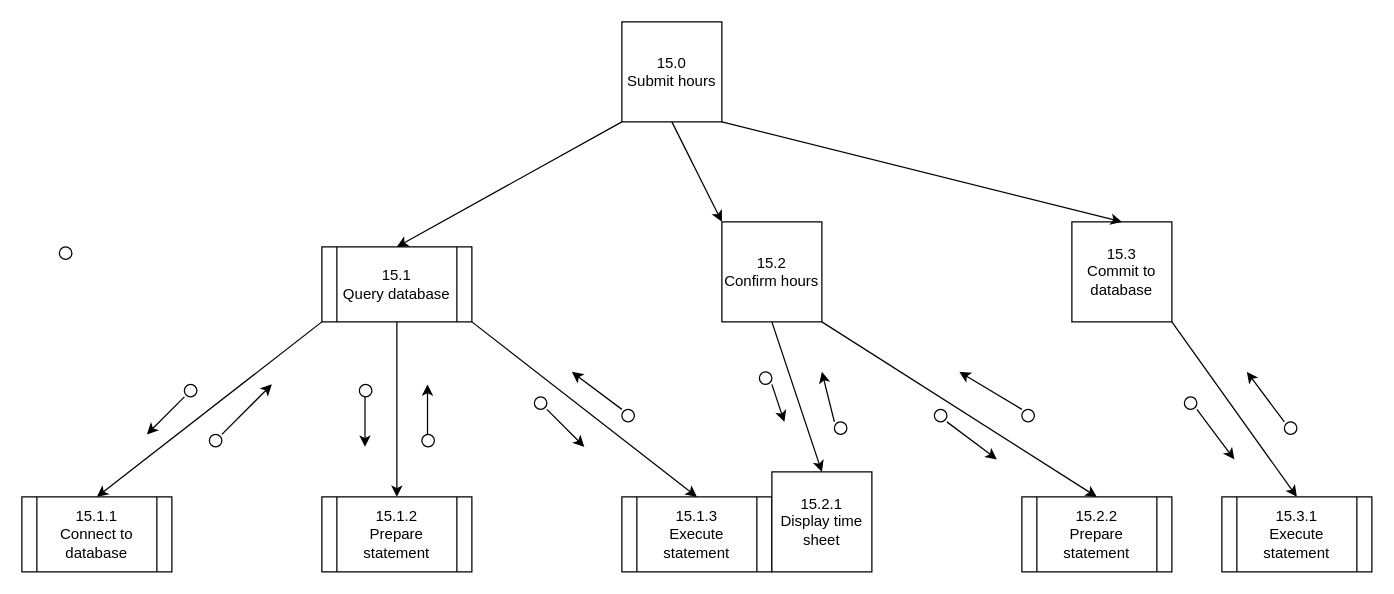
The draw.io diagram Diagrams/StructureCharts/Proc15Struct.drawio in Harlento/SchedulingSystem, before the edit. Source tidied: cells renumbered, new cells numbered last; positions are measured from the earlier drawing's top-left corner, leaving out a move shared by most shapes. Both pictures are drawn from the tidied source at 125%, with x=0, y=0 at pixel (21, 21).
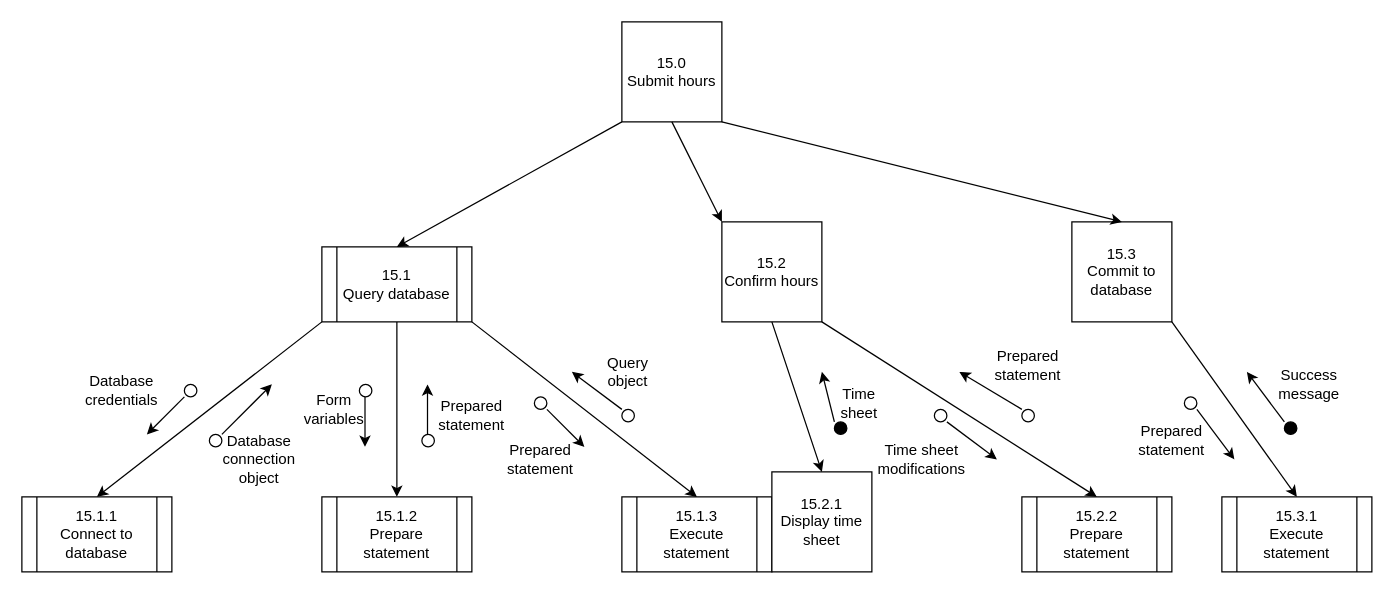
Above is the later version.

Diff of the diagram source:
```diff
@@
-    <mxCell id="13" style="ellipse;whiteSpace=wrap;html=1;" parent="1" vertex="1">
-      <mxGeometry x="30" y="180" width="10" height="10" as="geometry" />
-    </mxCell>
-    <mxCell id="14" style="ellipse;whiteSpace=wrap;html=1;" parent="1" vertex="1">
+    <mxCell id="14" style="ellipse;whiteSpace=wrap;html=1;fillColor=#000000;" parent="1" vertex="1">
       <mxGeometry x="1010" y="320" width="10" height="10" as="geometry" />
     </mxCell>
@@
-    <mxCell id="35" style="endArrow=classic;html=1;" parent="1" edge="1">
-      <mxGeometry relative="1" as="geometry">
-        <mxPoint x="600" y="290" as="sourcePoint" />
-        <mxPoint x="610" y="320" as="targetPoint" />
-      </mxGeometry>
-    </mxCell>
@@
-    <mxCell id="39" style="ellipse;whiteSpace=wrap;html=1;" parent="1" vertex="1">
+    <mxCell id="39" style="ellipse;whiteSpace=wrap;html=1;fillColor=#000000;" parent="1" vertex="1">
       <mxGeometry x="650" y="320" width="10" height="10" as="geometry" />
     </mxCell>
-    <mxCell id="40" style="ellipse;whiteSpace=wrap;html=1;" parent="1" vertex="1">
-      <mxGeometry x="590" y="280" width="10" height="10" as="geometry" />
-    </mxCell>
@@
+    <mxCell id="46" value="Database credentials" style="text;html=1;strokeColor=none;fillColor=none;align=center;verticalAlign=middle;whiteSpace=wrap;rounded=0;" parent="1" vertex="1">
+      <mxGeometry x="60" y="285" width="40" height="20" as="geometry" />
+    </mxCell>
+    <mxCell id="47" value="Database connection object" style="text;html=1;strokeColor=none;fillColor=none;align=center;verticalAlign=middle;whiteSpace=wrap;rounded=0;" parent="1" vertex="1">
+      <mxGeometry x="170" y="340" width="40" height="20" as="geometry" />
+    </mxCell>
+    <mxCell id="48" value="Form variables" style="text;html=1;strokeColor=none;fillColor=none;align=center;verticalAlign=middle;whiteSpace=wrap;rounded=0;" parent="1" vertex="1">
+      <mxGeometry x="230" y="300" width="40" height="20" as="geometry" />
+    </mxCell>
+    <mxCell id="49" value="Prepared statement" style="text;html=1;strokeColor=none;fillColor=none;align=center;verticalAlign=middle;whiteSpace=wrap;rounded=0;" parent="1" vertex="1">
+      <mxGeometry x="340" y="305" width="40" height="20" as="geometry" />
+    </mxCell>
+    <mxCell id="50" value="Prepared statement" style="text;html=1;strokeColor=none;fillColor=none;align=center;verticalAlign=middle;whiteSpace=wrap;rounded=0;" parent="1" vertex="1">
+      <mxGeometry x="395" y="340" width="40" height="20" as="geometry" />
+    </mxCell>
+    <mxCell id="51" value="Query object" style="text;html=1;strokeColor=none;fillColor=none;align=center;verticalAlign=middle;whiteSpace=wrap;rounded=0;" parent="1" vertex="1">
+      <mxGeometry x="465" y="270" width="40" height="20" as="geometry" />
+    </mxCell>
+    <mxCell id="52" value="Time sheet" style="text;html=1;strokeColor=none;fillColor=none;align=center;verticalAlign=middle;whiteSpace=wrap;rounded=0;" parent="1" vertex="1">
+      <mxGeometry x="650" y="295" width="40" height="20" as="geometry" />
+    </mxCell>
+    <mxCell id="53" value="Time sheet modifications" style="text;html=1;strokeColor=none;fillColor=none;align=center;verticalAlign=middle;whiteSpace=wrap;rounded=0;" parent="1" vertex="1">
+      <mxGeometry x="700" y="340" width="40" height="20" as="geometry" />
+    </mxCell>
+    <mxCell id="54" value="Prepared statement" style="text;html=1;strokeColor=none;fillColor=none;align=center;verticalAlign=middle;whiteSpace=wrap;rounded=0;" parent="1" vertex="1">
+      <mxGeometry x="785" y="265" width="40" height="20" as="geometry" />
+    </mxCell>
+    <mxCell id="55" value="Prepared statement" style="text;html=1;strokeColor=none;fillColor=none;align=center;verticalAlign=middle;whiteSpace=wrap;rounded=0;" parent="1" vertex="1">
+      <mxGeometry x="900" y="325" width="40" height="20" as="geometry" />
+    </mxCell>
+    <mxCell id="56" value="Success message" style="text;html=1;strokeColor=none;fillColor=none;align=center;verticalAlign=middle;whiteSpace=wrap;rounded=0;" parent="1" vertex="1">
+      <mxGeometry x="1010" y="280" width="40" height="20" as="geometry" />
+    </mxCell>
```
